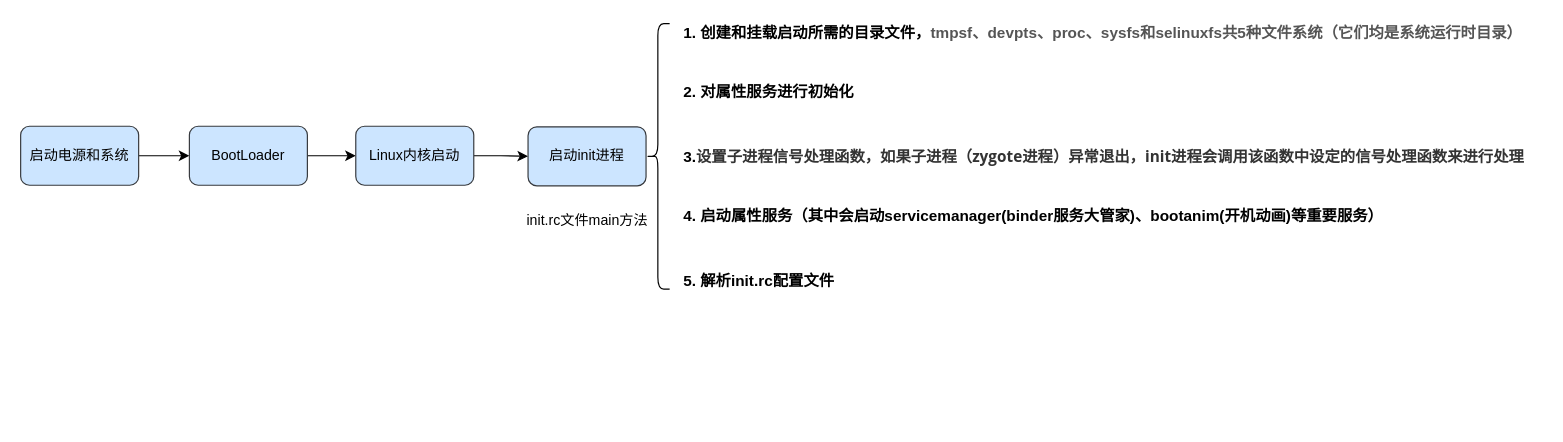
The draw.io diagram notes/design/Android系统的启动流程.drawio in yyht800/SiGuoYa, before the edit. Source tidied: cells renumbered, new cells numbered last; positions are measured from the earlier drawing's top-left corner, leaving out a move shared by most shapes. Both pictures are drawn from the tidied source at 118%, with x=0, y=0 at pixel (20, 20).
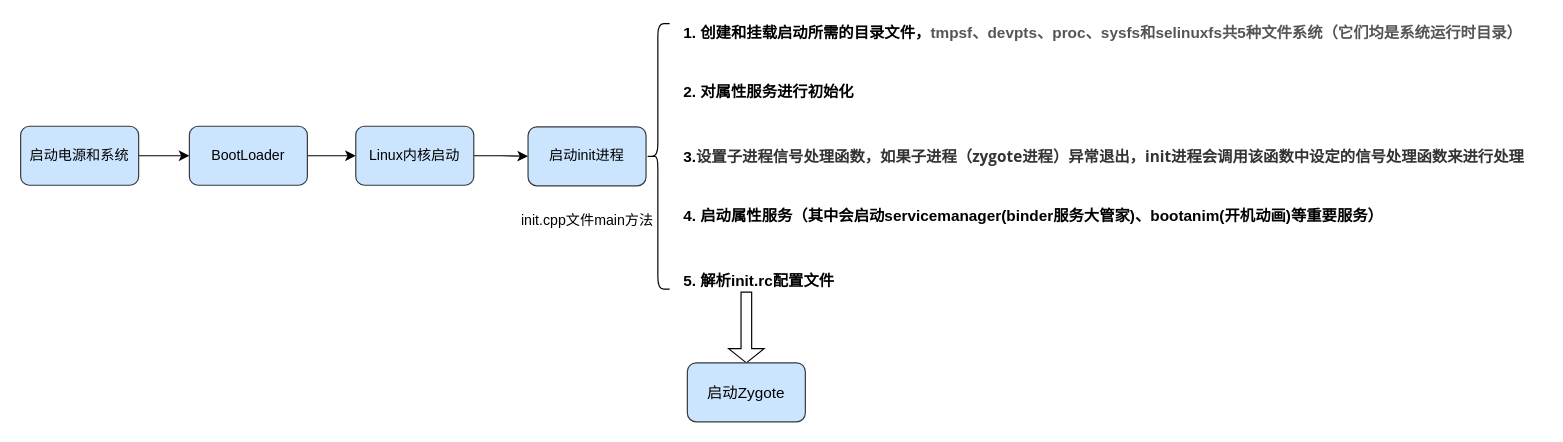
Above is the later version.

Commit message:
更新Android系统的启动流程.drawio

What changed in the source:
```diff
@@
 <mxGraphModel>
   <root>
     <mxCell id="0" />
     <mxCell id="1" parent="0" />
     <mxCell id="2" style="edgeStyle=orthogonalEdgeStyle;rounded=0;jettySize=auto;html=1;exitX=1;exitY=0.5;exitDx=0;exitDy=0;entryX=0;entryY=0.5;entryDx=0;entryDy=0;" parent="1" edge="1" source="3" target="5">
       <mxGeometry relative="1" as="geometry" />
     </mxCell>
     <mxCell id="3" value="启动电源和系统" style="rounded=1;whiteSpace=wrap;html=1;fillColor=#cce5ff;strokeColor=#36393d;" parent="1" vertex="1">
       <mxGeometry y="89.5" width="100" height="50" as="geometry" />
     </mxCell>
     <mxCell id="4" style="edgeStyle=orthogonalEdgeStyle;rounded=0;jettySize=auto;html=1;exitX=1;exitY=0.5;exitDx=0;exitDy=0;entryX=0;entryY=0.5;entryDx=0;entryDy=0;" parent="1" edge="1" source="5" target="7">
       <mxGeometry relative="1" as="geometry" />
     </mxCell>
     <mxCell id="5" value="BootLoader" style="rounded=1;whiteSpace=wrap;html=1;fillColor=#cce5ff;strokeColor=#36393d;" parent="1" vertex="1">
       <mxGeometry x="143" y="89.5" width="100" height="50" as="geometry" />
     </mxCell>
     <mxCell id="6" style="edgeStyle=orthogonalEdgeStyle;rounded=0;jettySize=auto;html=1;exitX=1;exitY=0.5;exitDx=0;exitDy=0;entryX=0;entryY=0.5;entryDx=0;entryDy=0;" parent="1" edge="1" source="7" target="8">
       <mxGeometry relative="1" as="geometry" />
     </mxCell>
     <mxCell id="7" value="Linux内核启动" style="rounded=1;whiteSpace=wrap;html=1;fillColor=#cce5ff;strokeColor=#36393d;" parent="1" vertex="1">
       <mxGeometry x="284" y="89.5" width="100" height="50" as="geometry" />
     </mxCell>
     <mxCell id="8" value="启动init进程" style="rounded=1;whiteSpace=wrap;html=1;fillColor=#cce5ff;strokeColor=#36393d;" parent="1" vertex="1">
       <mxGeometry x="430" y="90" width="100" height="50" as="geometry" />
     </mxCell>
     <mxCell id="9" style="shape=curlyBracket;whiteSpace=wrap;html=1;rounded=1;" parent="1" vertex="1">
       <mxGeometry x="530" y="2.5" width="20" height="225" as="geometry" />
     </mxCell>
-    <mxCell id="10" value="init.rc文件main方法" style="text;html=1;align=center;verticalAlign=middle;" parent="1" vertex="1">
-      <mxGeometry x="420" y="160" width="120" height="20" as="geometry" />
+    <mxCell id="10" value="init.cpp文件main方法" style="text;html=1;align=center;verticalAlign=middle;" parent="1" vertex="1">
+      <mxGeometry x="415" y="160" width="130" height="20" as="geometry" />
     </mxCell>
     <mxCell id="11" value="1. 创建和挂载启动所需的目录文件，&lt;span style=&quot;color: rgb(85 , 85 , 85) ; text-align: justify ; background-color: rgb(255 , 255 , 255) ; font-size: 13px&quot;&gt;&lt;font style=&quot;font-size: 13px&quot;&gt;tmpsf、devpts、proc、sysfs和selinuxfs共5种文件系统（它们均是系统运行时目录）&lt;/font&gt;&lt;/span&gt;" style="text;html=1;align=left;verticalAlign=middle;fontColor=none;fontSize=13;fontStyle=1;fontFamily=Helvetica;" parent="1" vertex="1">
       <mxGeometry x="560" width="730" height="20" as="geometry" />
     </mxCell>
     <mxCell id="12" value="2. 对属性服务进行初始化" style="text;html=1;align=left;verticalAlign=middle;fontSize=13;fontFamily=Helvetica;fontColor=none;fontStyle=1;" parent="1" vertex="1">
       <mxGeometry x="560" y="50" width="160" height="20" as="geometry" />
     </mxCell>
     <mxCell id="13" value="3.&lt;span style=&quot;background-color: rgb(255 , 255 , 255) ; color: rgb(51 , 51 , 51) ; font-family: &amp;quot;open sans&amp;quot; , &amp;quot;clear sans&amp;quot; , &amp;quot;helvetica neue&amp;quot; , &amp;quot;helvetica&amp;quot; , &amp;quot;arial&amp;quot; , sans-serif ; font-size: 1em&quot;&gt;设置子进程信号处理函数，如果子进程（zygote进程）异常退出，init进程会调用该函数中设定的信号处理函数来进行处理&lt;/span&gt;" style="text;html=1;align=left;verticalAlign=middle;fontSize=13;fontFamily=Helvetica;fontColor=none;fontStyle=1;" parent="1" vertex="1">
       <mxGeometry x="560" y="105" width="720" height="20" as="geometry" />
     </mxCell>
     <mxCell id="14" value="&lt;h4 id=&quot;4、启动属性服务（其中会启动servicemanager-binder服务大管家-、bootanim-开机动画-等重要服务）&quot; style=&quot;margin: 20px 0px 10px ; padding: 10px 0px 0px ; line-height: 1.5 ; background-color: rgb(255 , 255 , 255)&quot;&gt;4. 启动属性服务（其中会启动servicemanager(binder服务大管家)、bootanim(开机动画)等重要服务）&lt;/h4&gt;" style="text;html=1;align=left;verticalAlign=middle;fontSize=13;fontFamily=Helvetica;fontStyle=1;" parent="1" vertex="1">
       <mxGeometry x="560" y="125" width="610" height="60" as="geometry" />
     </mxCell>
     <mxCell id="15" value="&lt;b&gt;5. 解析init.rc配置文件&lt;/b&gt;" style="text;html=1;align=left;verticalAlign=middle;fontSize=13;fontFamily=Helvetica;fontColor=none;" parent="1" vertex="1">
       <mxGeometry x="560" y="210" width="140" height="20" as="geometry" />
     </mxCell>
+    <mxCell id="16" style="shape=singleArrow;direction=south;whiteSpace=wrap;html=1;" parent="1" vertex="1">
+      <mxGeometry x="600" y="230" width="30" height="60" as="geometry" />
+    </mxCell>
+    <mxCell id="17" value="启动Zygote" style="rounded=1;whiteSpace=wrap;html=1;fillColor=#cce5ff;strokeColor=#36393d;fontFamily=Helvetica;fontSize=13;fontColor=#000000;align=center;" parent="1" vertex="1">
+      <mxGeometry x="565" y="290" width="100" height="50" as="geometry" />
+    </mxCell>
   </root>
 </mxGraphModel>
```
